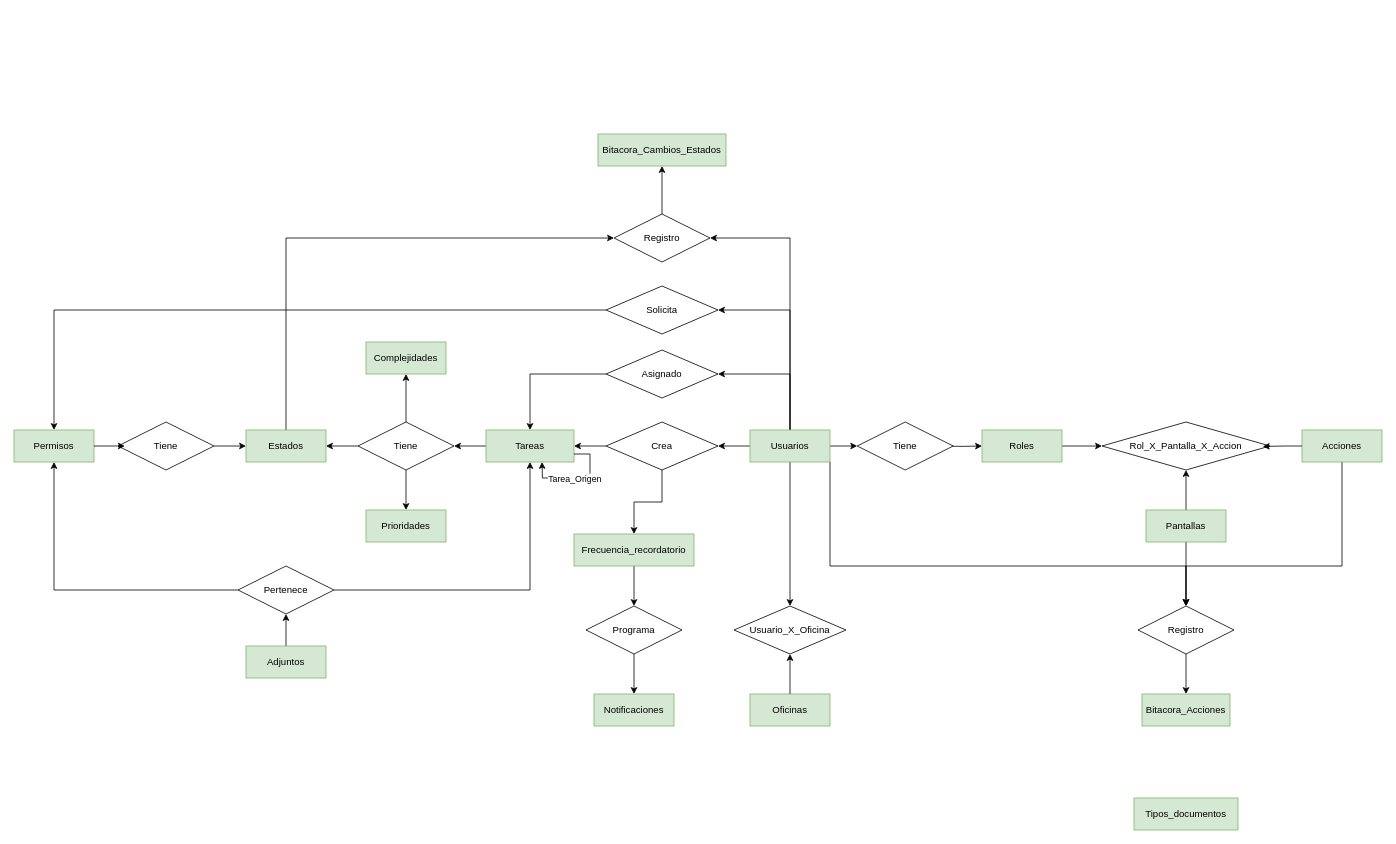
W1TCH3R94/notasCursos keeps this draw.io diagram as E-R IntelTask.drawio. Above is the earlier version. Source tidied: cells renumbered, new cells numbered last; positions are measured from the earlier drawing's top-left corner, leaving out a move shared by most shapes. Both pictures are drawn from the tidied source at 80%, with x=0, y=0 at pixel (14, 134).
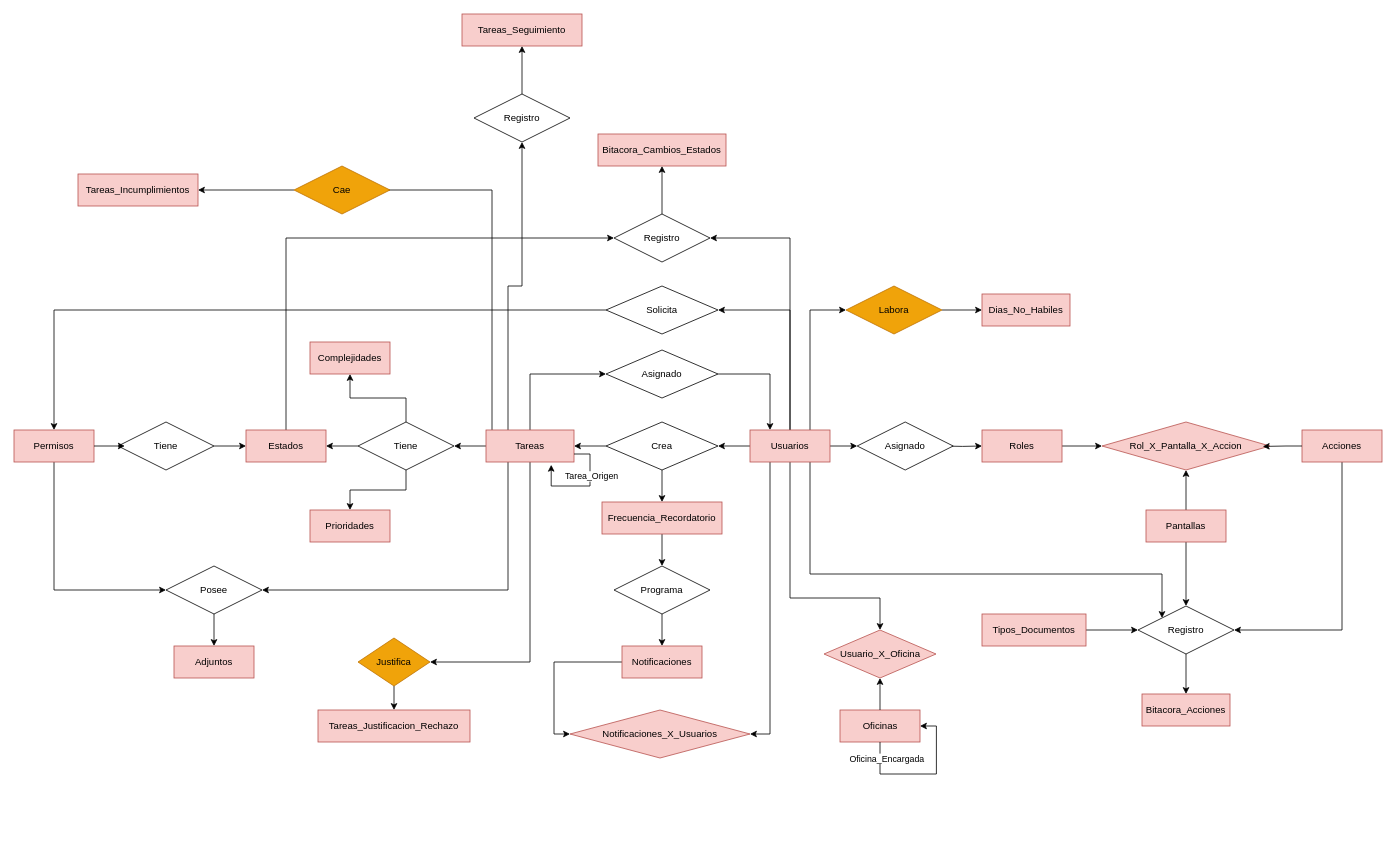
The same diagram, later.

The change refers to these unchanged cells:
```xml
<mxCell id="34" value="Asignado" style="shape=rhombus;perimeter=rhombusPerimeter;whiteSpace=wrap;html=1;align=center;" parent="1" vertex="1">
  <mxGeometry x="740" y="270" width="140" height="60" as="geometry" />
</mxCell>
<mxCell id="55" value="Registro" style="shape=rhombus;perimeter=rhombusPerimeter;whiteSpace=wrap;html=1;align=center;" parent="1" vertex="1">
  <mxGeometry x="1405" y="590" width="120" height="60" as="geometry" />
</mxCell>
```

Diff of the diagram source:
```diff
@@
-    <mxCell id="3" value="Tiene" style="shape=rhombus;perimeter=rhombusPerimeter;whiteSpace=wrap;html=1;align=center;" parent="1" vertex="1">
+    <mxCell id="3" value="Asignado" style="shape=rhombus;perimeter=rhombusPerimeter;whiteSpace=wrap;html=1;align=center;" parent="1" vertex="1">
       <mxGeometry x="1054" y="360" width="120" height="60" as="geometry" />
     </mxCell>
@@
     <mxCell id="5" style="edgeStyle=orthogonalEdgeStyle;rounded=0;jettySize=auto;html=1;exitX=0.5;exitY=1;exitDx=0;exitDy=0;entryX=0.5;entryY=0;entryDx=0;entryDy=0;" parent="1" edge="1" source="11" target="63">
-      <mxGeometry relative="1" as="geometry" />
+      <mxGeometry relative="1" as="geometry">
+        <Array as="points">
+          <mxPoint x="970" y="580" />
+          <mxPoint x="1083" y="580" />
+        </Array>
+      </mxGeometry>
     </mxCell>
@@
-    <mxCell id="7" style="edgeStyle=orthogonalEdgeStyle;rounded=0;jettySize=auto;html=1;exitX=0.5;exitY=0;exitDx=0;exitDy=0;entryX=1;entryY=0.5;entryDx=0;entryDy=0;" parent="1" edge="1" source="11" target="34">
-      <mxGeometry relative="1" as="geometry" />
-    </mxCell>
@@
-    <mxCell id="10" style="edgeStyle=orthogonalEdgeStyle;rounded=0;jettySize=auto;html=1;exitX=1;exitY=1;exitDx=0;exitDy=0;entryX=0.5;entryY=0;entryDx=0;entryDy=0;" parent="1" edge="1" source="11" target="55">
+    <mxCell id="10" style="edgeStyle=orthogonalEdgeStyle;rounded=0;jettySize=auto;html=1;exitX=0.75;exitY=1;exitDx=0;exitDy=0;entryX=0;entryY=0;entryDx=0;entryDy=0;" parent="1" edge="1" source="11" target="55">
       <mxGeometry relative="1" as="geometry">
         <Array as="points">
-          <mxPoint x="1020" y="540" />
-          <mxPoint x="1465" y="540" />
+          <mxPoint x="995" y="550" />
+          <mxPoint x="1435" y="550" />
         </Array>
       </mxGeometry>
     </mxCell>
+    <mxCell id="64" style="edgeStyle=orthogonalEdgeStyle;rounded=0;jettySize=auto;html=1;exitX=0.75;exitY=0;exitDx=0;exitDy=0;entryX=0;entryY=0.5;entryDx=0;entryDy=0;" parent="1" edge="1" source="11" target="82">
+      <mxGeometry relative="1" as="geometry" />
+    </mxCell>
+    <mxCell id="65" style="edgeStyle=orthogonalEdgeStyle;rounded=0;jettySize=auto;html=1;exitX=0.25;exitY=1;exitDx=0;exitDy=0;entryX=1;entryY=0.5;entryDx=0;entryDy=0;" parent="1" edge="1" source="11" target="76">
+      <mxGeometry relative="1" as="geometry" />
+    </mxCell>
-    <mxCell id="11" value="Usuarios" style="whiteSpace=wrap;html=1;align=center;fillColor=#d5e8d4;strokeColor=#82b366;" parent="1" vertex="1">
+    <mxCell id="11" value="Usuarios" style="whiteSpace=wrap;html=1;align=center;fillColor=#f8cecc;strokeColor=#b85450;" parent="1" vertex="1">
       <mxGeometry x="920" y="370" width="100" height="40" as="geometry" />
     </mxCell>
@@
-    <mxCell id="13" value="Roles" style="whiteSpace=wrap;html=1;align=center;fillColor=#d5e8d4;strokeColor=#82b366;" parent="1" vertex="1">
+    <mxCell id="13" value="Roles" style="whiteSpace=wrap;html=1;align=center;fillColor=#f8cecc;strokeColor=#b85450;" parent="1" vertex="1">
       <mxGeometry x="1210" y="370" width="100" height="40" as="geometry" />
     </mxCell>
@@
+    <mxCell id="66" style="edgeStyle=orthogonalEdgeStyle;rounded=0;jettySize=auto;html=1;exitX=0.5;exitY=1;exitDx=0;exitDy=0;entryX=1;entryY=0.5;entryDx=0;entryDy=0;" parent="1" edge="1" source="15" target="88">
+      <mxGeometry relative="1" as="geometry" />
+    </mxCell>
+    <mxCell id="67" style="edgeStyle=orthogonalEdgeStyle;rounded=0;jettySize=auto;html=1;exitX=0.5;exitY=0;exitDx=0;exitDy=0;entryX=0;entryY=0.5;entryDx=0;entryDy=0;" parent="1" edge="1" source="15" target="34">
+      <mxGeometry relative="1" as="geometry" />
+    </mxCell>
+    <mxCell id="68" style="edgeStyle=orthogonalEdgeStyle;rounded=0;orthogonalLoop=1;jettySize=auto;html=1;exitX=0.25;exitY=0;exitDx=0;exitDy=0;entryX=1;entryY=0.5;entryDx=0;entryDy=0;" parent="1" edge="1">
+      <mxGeometry relative="1" as="geometry">
+        <mxPoint x="597.5" y="370" as="sourcePoint" />
+        <mxPoint x="450" y="70" as="targetPoint" />
+        <Array as="points">
+          <mxPoint x="597" y="70" />
+        </Array>
+      </mxGeometry>
+    </mxCell>
+    <mxCell id="69" style="edgeStyle=orthogonalEdgeStyle;rounded=0;jettySize=auto;html=1;exitX=0.25;exitY=0;exitDx=0;exitDy=0;" parent="1" edge="1" source="15" target="93">
+      <mxGeometry relative="1" as="geometry" />
+    </mxCell>
+    <mxCell id="70" style="edgeStyle=orthogonalEdgeStyle;rounded=0;jettySize=auto;html=1;exitX=0.25;exitY=1;exitDx=0;exitDy=0;entryX=1;entryY=0.5;entryDx=0;entryDy=0;" parent="1" edge="1" source="15" target="51">
+      <mxGeometry relative="1" as="geometry" />
+    </mxCell>
-    <mxCell id="15" value="Tareas" style="whiteSpace=wrap;html=1;align=center;fillColor=#d5e8d4;strokeColor=#82b366;" parent="1" vertex="1">
+    <mxCell id="15" value="Tareas" style="whiteSpace=wrap;html=1;align=center;fillColor=#f8cecc;strokeColor=#b85450;" parent="1" vertex="1">
       <mxGeometry x="590" y="370" width="110" height="40" as="geometry" />
     </mxCell>
-    <mxCell id="16" value="Oficinas" style="whiteSpace=wrap;html=1;align=center;fillColor=#d5e8d4;strokeColor=#82b366;" parent="1" vertex="1">
-      <mxGeometry x="920" y="700" width="100" height="40" as="geometry" />
+    <mxCell id="16" value="Oficinas" style="whiteSpace=wrap;html=1;align=center;fillColor=#f8cecc;strokeColor=#b85450;" parent="1" vertex="1">
+      <mxGeometry x="1032.5" y="720" width="100" height="40" as="geometry" />
     </mxCell>
@@
-    <mxCell id="18" value="Estados" style="whiteSpace=wrap;html=1;align=center;fillColor=#d5e8d4;strokeColor=#82b366;" parent="1" vertex="1">
+    <mxCell id="18" value="Estados" style="whiteSpace=wrap;html=1;align=center;fillColor=#f8cecc;strokeColor=#b85450;" parent="1" vertex="1">
       <mxGeometry x="290" y="370" width="100" height="40" as="geometry" />
     </mxCell>
-    <mxCell id="19" style="edgeStyle=orthogonalEdgeStyle;rounded=0;jettySize=auto;html=1;exitX=0.5;exitY=0;exitDx=0;exitDy=0;entryX=0.5;entryY=1;entryDx=0;entryDy=0;" parent="1" edge="1" source="20" target="51">
-      <mxGeometry relative="1" as="geometry" />
-    </mxCell>
-    <mxCell id="20" value="Adjuntos" style="whiteSpace=wrap;html=1;align=center;fillColor=#d5e8d4;strokeColor=#82b366;" parent="1" vertex="1">
-      <mxGeometry x="290" y="640" width="100" height="40" as="geometry" />
+    <mxCell id="20" value="Adjuntos" style="whiteSpace=wrap;html=1;align=center;fillColor=#f8cecc;strokeColor=#b85450;" parent="1" vertex="1">
+      <mxGeometry x="200" y="640" width="100" height="40" as="geometry" />
     </mxCell>
-    <mxCell id="21" value="Bitacora_Acciones" style="whiteSpace=wrap;html=1;align=center;fillColor=#d5e8d4;strokeColor=#82b366;" parent="1" vertex="1">
+    <mxCell id="21" value="Bitacora_Acciones" style="whiteSpace=wrap;html=1;align=center;fillColor=#f8cecc;strokeColor=#b85450;" parent="1" vertex="1">
       <mxGeometry x="1410" y="700" width="110" height="40" as="geometry" />
     </mxCell>
+    <mxCell id="71" style="edgeStyle=orthogonalEdgeStyle;rounded=0;jettySize=auto;html=1;exitX=0;exitY=0.5;exitDx=0;exitDy=0;entryX=0;entryY=0.5;entryDx=0;entryDy=0;" parent="1" edge="1" source="22" target="76">
+      <mxGeometry relative="1" as="geometry" />
+    </mxCell>
-    <mxCell id="22" value="Notificaciones" style="whiteSpace=wrap;html=1;align=center;fillColor=#d5e8d4;strokeColor=#82b366;" parent="1" vertex="1">
-      <mxGeometry x="725" y="700" width="100" height="40" as="geometry" />
+    <mxCell id="22" value="Notificaciones" style="whiteSpace=wrap;html=1;align=center;fillColor=#f8cecc;strokeColor=#b85450;" parent="1" vertex="1">
+      <mxGeometry x="760" y="640" width="100" height="40" as="geometry" />
     </mxCell>
+    <mxCell id="72" style="edgeStyle=orthogonalEdgeStyle;rounded=0;jettySize=auto;html=1;exitX=0.5;exitY=1;exitDx=0;exitDy=0;entryX=0;entryY=0.5;entryDx=0;entryDy=0;" parent="1" edge="1" source="23" target="51">
+      <mxGeometry relative="1" as="geometry" />
+    </mxCell>
-    <mxCell id="23" value="Permisos" style="whiteSpace=wrap;html=1;align=center;fillColor=#d5e8d4;strokeColor=#82b366;" parent="1" vertex="1">
+    <mxCell id="23" value="Permisos" style="whiteSpace=wrap;html=1;align=center;fillColor=#f8cecc;strokeColor=#b85450;" parent="1" vertex="1">
       <mxGeometry y="370" width="100" height="40" as="geometry" />
     </mxCell>
@@
-    <mxCell id="25" value="Frecuencia_recordatorio" style="whiteSpace=wrap;html=1;align=center;fillColor=#d5e8d4;strokeColor=#82b366;" parent="1" vertex="1">
-      <mxGeometry x="700" y="500" width="150" height="40" as="geometry" />
+    <mxCell id="25" value="Frecuencia_Recordatorio" style="whiteSpace=wrap;html=1;align=center;fillColor=#f8cecc;strokeColor=#b85450;" parent="1" vertex="1">
+      <mxGeometry x="735" y="460" width="150" height="40" as="geometry" />
     </mxCell>
-    <mxCell id="26" value="Bitacora_Cambios_Estados" style="whiteSpace=wrap;html=1;align=center;fillColor=#d5e8d4;strokeColor=#82b366;" parent="1" vertex="1">
+    <mxCell id="26" value="Bitacora_Cambios_Estados" style="whiteSpace=wrap;html=1;align=center;fillColor=#f8cecc;strokeColor=#b85450;" parent="1" vertex="1">
       <mxGeometry x="730" width="160" height="40" as="geometry" />
     </mxCell>
-    <mxCell id="27" value="Complejidades" style="whiteSpace=wrap;html=1;align=center;fillColor=#d5e8d4;strokeColor=#82b366;" parent="1" vertex="1">
-      <mxGeometry x="440" y="260" width="100" height="40" as="geometry" />
+    <mxCell id="27" value="Complejidades" style="whiteSpace=wrap;html=1;align=center;fillColor=#f8cecc;strokeColor=#b85450;" parent="1" vertex="1">
+      <mxGeometry x="370" y="260" width="100" height="40" as="geometry" />
     </mxCell>
-    <mxCell id="28" value="Prioridades" style="whiteSpace=wrap;html=1;align=center;fillColor=#d5e8d4;strokeColor=#82b366;" parent="1" vertex="1">
-      <mxGeometry x="440" y="470" width="100" height="40" as="geometry" />
+    <mxCell id="28" value="Prioridades" style="whiteSpace=wrap;html=1;align=center;fillColor=#f8cecc;strokeColor=#b85450;" parent="1" vertex="1">
+      <mxGeometry x="370" y="470" width="100" height="40" as="geometry" />
     </mxCell>
+    <mxCell id="73" style="edgeStyle=orthogonalEdgeStyle;rounded=0;jettySize=auto;html=1;exitX=1;exitY=0.5;exitDx=0;exitDy=0;entryX=0;entryY=0.5;entryDx=0;entryDy=0;" parent="1" edge="1" source="29" target="55">
+      <mxGeometry relative="1" as="geometry" />
+    </mxCell>
-    <mxCell id="29" value="Tipos_documentos" style="whiteSpace=wrap;html=1;align=center;fillColor=#d5e8d4;strokeColor=#82b366;" parent="1" vertex="1">
-      <mxGeometry x="1400" y="830" width="130" height="40" as="geometry" />
+    <mxCell id="29" value="Tipos_Documentos" style="whiteSpace=wrap;html=1;align=center;fillColor=#f8cecc;strokeColor=#b85450;" parent="1" vertex="1">
+      <mxGeometry x="1210" y="600" width="130" height="40" as="geometry" />
     </mxCell>
@@
-    <mxCell id="33" style="edgeStyle=orthogonalEdgeStyle;rounded=0;jettySize=auto;html=1;exitX=0;exitY=0.5;exitDx=0;exitDy=0;" parent="1" edge="1" source="34" target="15">
-      <mxGeometry relative="1" as="geometry" />
-    </mxCell>
+    <mxCell id="74" style="edgeStyle=orthogonalEdgeStyle;rounded=0;jettySize=auto;html=1;exitX=1;exitY=0.5;exitDx=0;exitDy=0;entryX=0.25;entryY=0;entryDx=0;entryDy=0;" parent="1" edge="1" source="34" target="11">
+      <mxGeometry relative="1" as="geometry" />
+    </mxCell>
@@
-    <mxCell id="40" style="edgeStyle=orthogonalEdgeStyle;rounded=0;jettySize=auto;html=1;exitX=0.5;exitY=1;exitDx=0;exitDy=0;" parent="1" edge="1" source="41" target="55">
+    <mxCell id="40" style="edgeStyle=orthogonalEdgeStyle;rounded=0;jettySize=auto;html=1;exitX=0.5;exitY=1;exitDx=0;exitDy=0;entryX=0.5;entryY=0;entryDx=0;entryDy=0;" parent="1" edge="1" source="41" target="55">
       <mxGeometry relative="1" as="geometry" />
     </mxCell>
-    <mxCell id="41" value="Pantallas" style="whiteSpace=wrap;html=1;align=center;fillColor=#d5e8d4;strokeColor=#82b366;" parent="1" vertex="1">
+    <mxCell id="41" value="Pantallas" style="whiteSpace=wrap;html=1;align=center;fillColor=#f8cecc;strokeColor=#b85450;" parent="1" vertex="1">
       <mxGeometry x="1415" y="470" width="100" height="40" as="geometry" />
     </mxCell>
-    <mxCell id="42" style="edgeStyle=orthogonalEdgeStyle;rounded=0;jettySize=auto;html=1;exitX=0.5;exitY=1;exitDx=0;exitDy=0;" parent="1" edge="1" source="43" target="55">
-      <mxGeometry relative="1" as="geometry">
-        <Array as="points">
-          <mxPoint x="1660" y="540" />
-          <mxPoint x="1465" y="540" />
-        </Array>
-      </mxGeometry>
+    <mxCell id="42" style="edgeStyle=orthogonalEdgeStyle;rounded=0;jettySize=auto;html=1;exitX=0.5;exitY=1;exitDx=0;exitDy=0;entryX=1;entryY=0.5;entryDx=0;entryDy=0;" parent="1" edge="1" source="43" target="55">
+      <mxGeometry relative="1" as="geometry" />
     </mxCell>
-    <mxCell id="43" value="Acciones" style="whiteSpace=wrap;html=1;align=center;fillColor=#d5e8d4;strokeColor=#82b366;" parent="1" vertex="1">
+    <mxCell id="43" value="Acciones" style="whiteSpace=wrap;html=1;align=center;fillColor=#f8cecc;strokeColor=#b85450;" parent="1" vertex="1">
       <mxGeometry x="1610" y="370" width="100" height="40" as="geometry" />
     </mxCell>
-    <mxCell id="44" value="Rol_X_Pantalla_X_Accion" style="shape=rhombus;perimeter=rhombusPerimeter;whiteSpace=wrap;html=1;align=center;" parent="1" vertex="1">
+    <mxCell id="44" value="Rol_X_Pantalla_X_Accion" style="shape=rhombus;perimeter=rhombusPerimeter;whiteSpace=wrap;html=1;align=center;fillColor=#f8cecc;strokeColor=#b85450;" parent="1" vertex="1">
       <mxGeometry x="1360" y="360" width="210" height="60" as="geometry" />
     </mxCell>
@@
-    <mxCell id="49" style="edgeStyle=orthogonalEdgeStyle;rounded=0;jettySize=auto;html=1;exitX=0;exitY=0.5;exitDx=0;exitDy=0;entryX=0.5;entryY=1;entryDx=0;entryDy=0;" parent="1" edge="1" source="51" target="23">
-      <mxGeometry relative="1" as="geometry" />
-    </mxCell>
-    <mxCell id="50" style="edgeStyle=orthogonalEdgeStyle;rounded=0;jettySize=auto;html=1;exitX=1;exitY=0.5;exitDx=0;exitDy=0;entryX=0.5;entryY=1;entryDx=0;entryDy=0;" parent="1" edge="1" source="51" target="15">
-      <mxGeometry relative="1" as="geometry" />
-    </mxCell>
+    <mxCell id="75" style="edgeStyle=orthogonalEdgeStyle;rounded=0;jettySize=auto;html=1;exitX=0.5;exitY=1;exitDx=0;exitDy=0;entryX=0.5;entryY=0;entryDx=0;entryDy=0;" parent="1" edge="1" source="51" target="20">
+      <mxGeometry relative="1" as="geometry" />
+    </mxCell>
-    <mxCell id="51" value="Pertenece" style="shape=rhombus;perimeter=rhombusPerimeter;whiteSpace=wrap;html=1;align=center;" parent="1" vertex="1">
-      <mxGeometry x="280" y="540" width="120" height="60" as="geometry" />
+    <mxCell id="51" value="Posee" style="shape=rhombus;perimeter=rhombusPerimeter;whiteSpace=wrap;html=1;align=center;" parent="1" vertex="1">
+      <mxGeometry x="190" y="540" width="120" height="60" as="geometry" />
     </mxCell>
-    <mxCell id="52" style="edgeStyle=orthogonalEdgeStyle;rounded=0;jettySize=auto;html=1;exitX=1;exitY=0.75;exitDx=0;exitDy=0;" parent="1" edge="1" source="15">
-      <mxGeometry relative="1" as="geometry">
-        <mxPoint x="660" y="410" as="targetPoint" />
-      </mxGeometry>
-    </mxCell>
-    <mxCell id="53" value="Tarea_Origen" style="edgeLabel;html=1;align=center;verticalAlign=middle;" parent="52" vertex="1">
-      <mxGeometry x="0.2" y="3" relative="1" as="geometry">
-        <mxPoint x="8" y="-3" as="offset" />
-      </mxGeometry>
-    </mxCell>
@@
     <mxCell id="57" value="Programa" style="shape=rhombus;perimeter=rhombusPerimeter;whiteSpace=wrap;html=1;align=center;" parent="1" vertex="1">
-      <mxGeometry x="715" y="590" width="120" height="60" as="geometry" />
+      <mxGeometry x="750" y="540" width="120" height="60" as="geometry" />
     </mxCell>
@@
-    <mxCell id="63" value="Usuario_X_Oficina" style="shape=rhombus;perimeter=rhombusPerimeter;whiteSpace=wrap;html=1;align=center;" parent="1" vertex="1">
-      <mxGeometry x="900" y="590" width="140" height="60" as="geometry" />
+    <mxCell id="63" value="Usuario_X_Oficina" style="shape=rhombus;perimeter=rhombusPerimeter;whiteSpace=wrap;html=1;align=center;fillColor=#f8cecc;strokeColor=#b85450;" parent="1" vertex="1">
+      <mxGeometry x="1012.5" y="620" width="140" height="60" as="geometry" />
     </mxCell>
+    <mxCell id="76" value="Notificaciones_X_Usuarios" style="shape=rhombus;perimeter=rhombusPerimeter;whiteSpace=wrap;html=1;align=center;fillColor=#f8cecc;strokeColor=#b85450;" parent="1" vertex="1">
+      <mxGeometry x="695" y="720" width="225" height="60" as="geometry" />
+    </mxCell>
+    <mxCell id="77" value="Dias_No_Habiles" style="whiteSpace=wrap;html=1;align=center;fillColor=#f8cecc;strokeColor=#b85450;" parent="1" vertex="1">
+      <mxGeometry x="1210" y="200" width="110" height="40" as="geometry" />
+    </mxCell>
+    <mxCell id="78" value="Tareas_Seguimiento" style="whiteSpace=wrap;html=1;align=center;fillColor=#f8cecc;strokeColor=#b85450;" parent="1" vertex="1">
+      <mxGeometry x="560" y="-150" width="150" height="40" as="geometry" />
+    </mxCell>
+    <mxCell id="79" value="Tareas_Incumplimientos" style="whiteSpace=wrap;html=1;align=center;fillColor=#f8cecc;strokeColor=#b85450;" parent="1" vertex="1">
+      <mxGeometry x="80" y="50" width="150" height="40" as="geometry" />
+    </mxCell>
+    <mxCell id="80" value="Tareas_Justificacion_Rechazo" style="whiteSpace=wrap;html=1;align=center;fillColor=#f8cecc;strokeColor=#b85450;" parent="1" vertex="1">
+      <mxGeometry x="380" y="720" width="190" height="40" as="geometry" />
+    </mxCell>
+    <mxCell id="81" style="edgeStyle=orthogonalEdgeStyle;rounded=0;jettySize=auto;html=1;exitX=1;exitY=0.5;exitDx=0;exitDy=0;" parent="1" edge="1" source="82" target="77">
+      <mxGeometry relative="1" as="geometry" />
+    </mxCell>
+    <mxCell id="82" value="Labora" style="shape=rhombus;perimeter=rhombusPerimeter;whiteSpace=wrap;html=1;align=center;fillColor=#f0a30a;strokeColor=#BD7000;fontColor=#000000;" parent="1" vertex="1">
+      <mxGeometry x="1040" y="190" width="120" height="60" as="geometry" />
+    </mxCell>
+    <mxCell id="83" style="edgeStyle=orthogonalEdgeStyle;rounded=0;orthogonalLoop=1;jettySize=auto;html=1;exitX=0.5;exitY=1;exitDx=0;exitDy=0;entryX=1;entryY=0.5;entryDx=0;entryDy=0;" parent="1" edge="1" source="16" target="16">
+      <mxGeometry relative="1" as="geometry">
+        <Array as="points">
+          <mxPoint x="1083" y="800" />
+          <mxPoint x="1153" y="800" />
+          <mxPoint x="1153" y="740" />
+        </Array>
+      </mxGeometry>
+    </mxCell>
+    <mxCell id="84" style="edgeLabel;html=1;align=center;verticalAlign=middle;" parent="83" vertex="1">
+      <mxGeometry x="-0.37" y="1" relative="1" as="geometry" />
+    </mxCell>
+    <mxCell id="85" style="edgeLabel;html=1;align=center;verticalAlign=middle;" parent="83" vertex="1">
+      <mxGeometry x="-0.27" y="-2" relative="1" as="geometry" />
+    </mxCell>
+    <mxCell id="86" value="Oficina_Encargada" style="edgeLabel;html=1;align=center;verticalAlign=middle;" parent="83" vertex="1">
+      <mxGeometry x="-0.23" y="-1" relative="1" as="geometry">
+        <mxPoint x="-26" y="-21" as="offset" />
+      </mxGeometry>
+    </mxCell>
+    <mxCell id="87" style="edgeStyle=orthogonalEdgeStyle;rounded=0;jettySize=auto;html=1;exitX=0.5;exitY=1;exitDx=0;exitDy=0;entryX=0.5;entryY=0;entryDx=0;entryDy=0;" parent="1" edge="1" source="88" target="80">
+      <mxGeometry relative="1" as="geometry" />
+    </mxCell>
+    <mxCell id="88" value="Justifica" style="shape=rhombus;perimeter=rhombusPerimeter;whiteSpace=wrap;html=1;align=center;fillColor=#f0a30a;fontColor=#000000;strokeColor=#BD7000;" parent="1" vertex="1">
+      <mxGeometry x="430" y="630" width="90" height="60" as="geometry" />
+    </mxCell>
+    <mxCell id="89" style="edgeStyle=orthogonalEdgeStyle;rounded=0;orthogonalLoop=1;jettySize=auto;html=1;exitX=1;exitY=0.75;exitDx=0;exitDy=0;entryX=0.741;entryY=1.088;entryDx=0;entryDy=0;entryPerimeter=0;" parent="1" edge="1" source="15" target="15">
+      <mxGeometry relative="1" as="geometry">
+        <Array as="points">
+          <mxPoint x="720" y="400" />
+          <mxPoint x="720" y="440" />
+          <mxPoint x="672" y="440" />
+        </Array>
+      </mxGeometry>
+    </mxCell>
+    <mxCell id="53" value="Tarea_Origen" style="edgeLabel;html=1;align=center;verticalAlign=middle;" parent="89" vertex="1">
+      <mxGeometry x="-0.27" y="1" relative="1" as="geometry">
+        <mxPoint y="-2" as="offset" />
+      </mxGeometry>
+    </mxCell>
+    <mxCell id="90" style="edgeStyle=orthogonalEdgeStyle;rounded=0;jettySize=auto;html=1;exitX=0;exitY=0.5;exitDx=0;exitDy=0;" parent="1" edge="1" source="91" target="79">
+      <mxGeometry relative="1" as="geometry" />
+    </mxCell>
+    <mxCell id="91" value="Cae" style="shape=rhombus;perimeter=rhombusPerimeter;whiteSpace=wrap;html=1;align=center;fillColor=#f0a30a;fontColor=#000000;strokeColor=#BD7000;" parent="1" vertex="1">
+      <mxGeometry x="350" y="40" width="120" height="60" as="geometry" />
+    </mxCell>
+    <mxCell id="92" style="edgeStyle=orthogonalEdgeStyle;rounded=0;jettySize=auto;html=1;exitX=0.5;exitY=0;exitDx=0;exitDy=0;entryX=0.5;entryY=1;entryDx=0;entryDy=0;" parent="1" edge="1" source="93" target="78">
+      <mxGeometry relative="1" as="geometry" />
+    </mxCell>
+    <mxCell id="93" value="Registro" style="shape=rhombus;perimeter=rhombusPerimeter;whiteSpace=wrap;html=1;align=center;" parent="1" vertex="1">
+      <mxGeometry x="575" y="-50" width="120" height="60" as="geometry" />
+    </mxCell>
```
